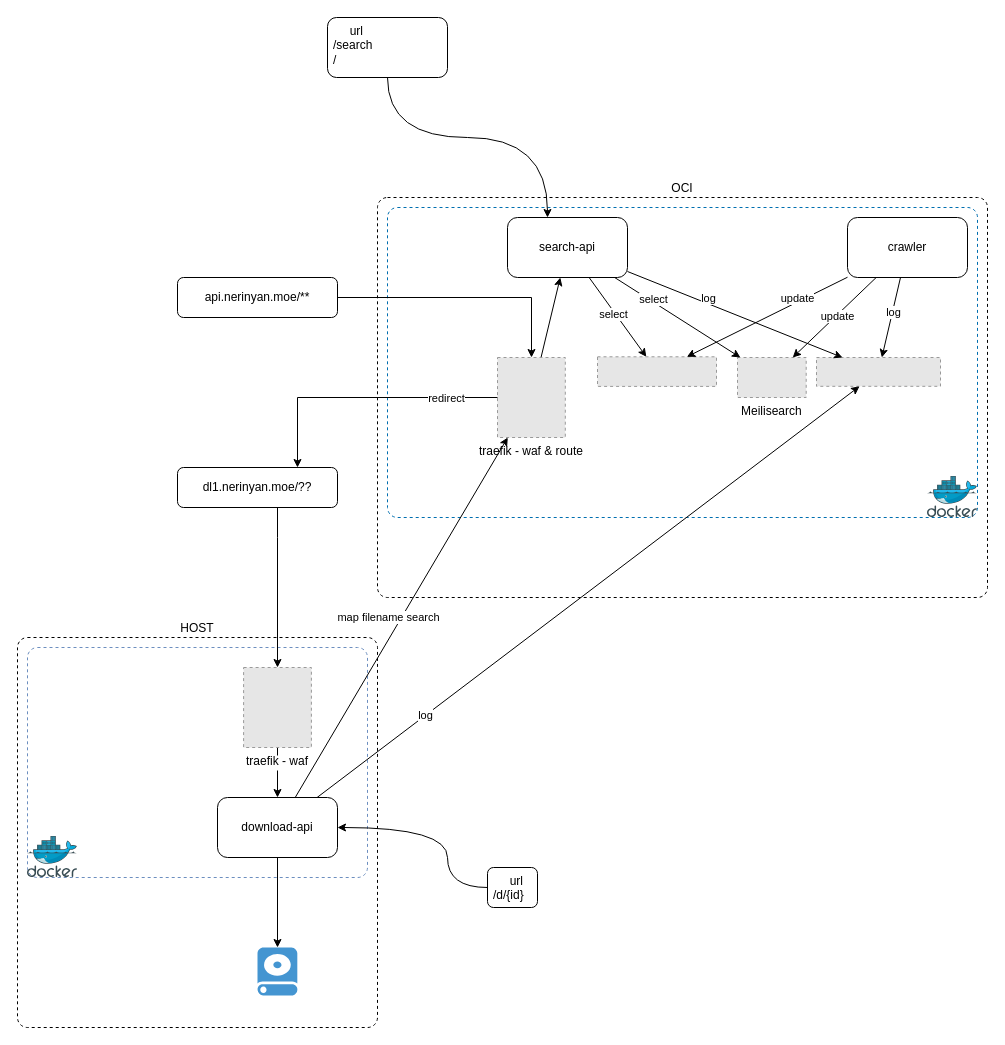
Earlier version of the draw.io diagram page "MSA-PLAN1" (2 of 2) of nerinyan-plan.drawio (Nerinyan/workload). Source tidied: cells renumbered, new cells numbered last; positions are measured from the earlier drawing's top-left corner, leaving out a move shared by most shapes. Both pictures are drawn from the tidied source at 100%, with x=0, y=0 at pixel (17, 17). Pictures stored in the file or linked from it are replaced by grey dashed boxes.
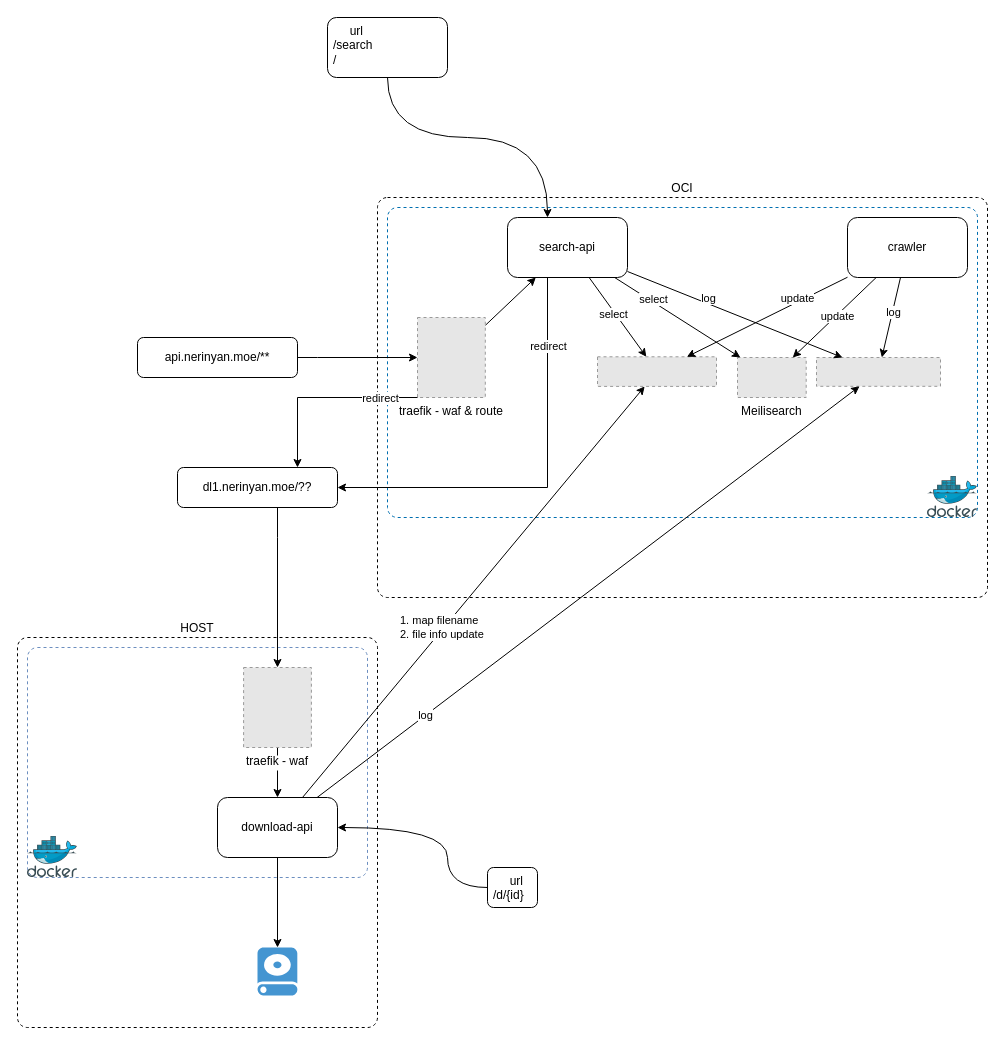
Above is the later version.

Unchanged cells that the change refers to:
```xml
<mxCell id="6" value="download-api" style="rounded=1;whiteSpace=wrap;html=1;absoluteArcSize=1;" parent="3" vertex="1">
  <mxGeometry x="190" y="150" width="120" height="60" as="geometry" />
</mxCell>
<mxCell id="11" style="rounded=1;whiteSpace=wrap;html=1;fillColor=none;dashed=1;imageAspect=1;absoluteArcSize=1;verticalAlign=top;labelPosition=center;verticalLabelPosition=bottom;align=center;strokeColor=#006EAF;fontColor=#ffffff;" parent="10" vertex="1">
  <mxGeometry x="10" y="10" width="590" height="310" as="geometry" />
</mxCell>
<mxCell id="13" style="fillColor=#E6E6E6;strokeColor=#999999;dashed=1;verticalLabelPosition=bottom;labelBackgroundColor=default;verticalAlign=top;" parent="11" vertex="1">
  <mxGeometry x="210" y="149.3" width="119" height="29.6" as="geometry" />
</mxCell>
<mxCell id="19" value="search-api" style="rounded=1;whiteSpace=wrap;html=1;absoluteArcSize=1;" parent="11" vertex="1">
  <mxGeometry x="120" y="10" width="120" height="60" as="geometry" />
</mxCell>
<mxCell id="37" value="dl1.nerinyan.moe/??" style="rounded=1;whiteSpace=wrap;html=1;" parent="1" vertex="1">
  <mxGeometry x="160" y="450" width="160" height="40" as="geometry" />
</mxCell>
```

Diff of the diagram source:
```diff
@@
     <mxCell id="26" value="traefik - waf &amp; route" style="fillColor=#E6E6E6;strokeColor=#999999;dashed=1;verticalLabelPosition=bottom;labelBackgroundColor=default;verticalAlign=top;" parent="11" vertex="1">
-      <mxGeometry x="110" y="150" width="67.8" height="80" as="geometry" />
+      <mxGeometry x="30" y="110" width="67.8" height="80" as="geometry" />
     </mxCell>
@@
     <mxCell id="34" style="edgeStyle=orthogonalEdgeStyle;rounded=0;jettySize=auto;html=1;" parent="1" edge="1" source="35" target="26">
       <mxGeometry relative="1" as="geometry">
         <Array as="points">
-          <mxPoint x="514" y="280" />
+          <mxPoint x="300" y="340" />
+          <mxPoint x="300" y="340" />
         </Array>
       </mxGeometry>
     </mxCell>
     <mxCell id="35" value="api.nerinyan.moe/**" style="rounded=1;whiteSpace=wrap;html=1;" parent="1" vertex="1">
-      <mxGeometry x="160" y="260" width="160" height="40" as="geometry" />
+      <mxGeometry x="120" y="320" width="160" height="40" as="geometry" />
     </mxCell>
@@
-    <mxCell id="38" style="rounded=0;jettySize=auto;html=1;" parent="1" edge="1" source="6" target="26">
-      <mxGeometry relative="1" as="geometry" />
-    </mxCell>
-    <mxCell id="39" value="map filename search" style="edgeLabel;html=1;align=center;verticalAlign=middle;" parent="38" vertex="1">
-      <mxGeometry x="-0.07" y="-1" relative="1" as="geometry">
-        <mxPoint x="-7" y="-14" as="offset" />
-      </mxGeometry>
-    </mxCell>
@@
+    <mxCell id="46" style="rounded=0;jettySize=auto;html=1;" parent="1" edge="1" source="6" target="13">
+      <mxGeometry relative="1" as="geometry" />
+    </mxCell>
+    <mxCell id="47" value="1. map filename&lt;br&gt;2. file info update" style="edgeLabel;html=1;align=left;verticalAlign=middle;" parent="46" vertex="1">
+      <mxGeometry x="-0.07" y="-1" relative="1" as="geometry">
+        <mxPoint x="-64" y="20" as="offset" />
+      </mxGeometry>
+    </mxCell>
+    <mxCell id="48" style="rounded=0;jettySize=auto;html=1;edgeStyle=orthogonalEdgeStyle;" parent="1" edge="1" source="19" target="37">
+      <mxGeometry relative="1" as="geometry">
+        <Array as="points">
+          <mxPoint x="530" y="470" />
+        </Array>
+      </mxGeometry>
+    </mxCell>
+    <mxCell id="49" value="redirect" style="edgeLabel;html=1;align=center;verticalAlign=middle;" parent="48" vertex="1">
+      <mxGeometry x="-0.67" y="1" relative="1" as="geometry">
+        <mxPoint x="-1" y="-1" as="offset" />
+      </mxGeometry>
+    </mxCell>
```
